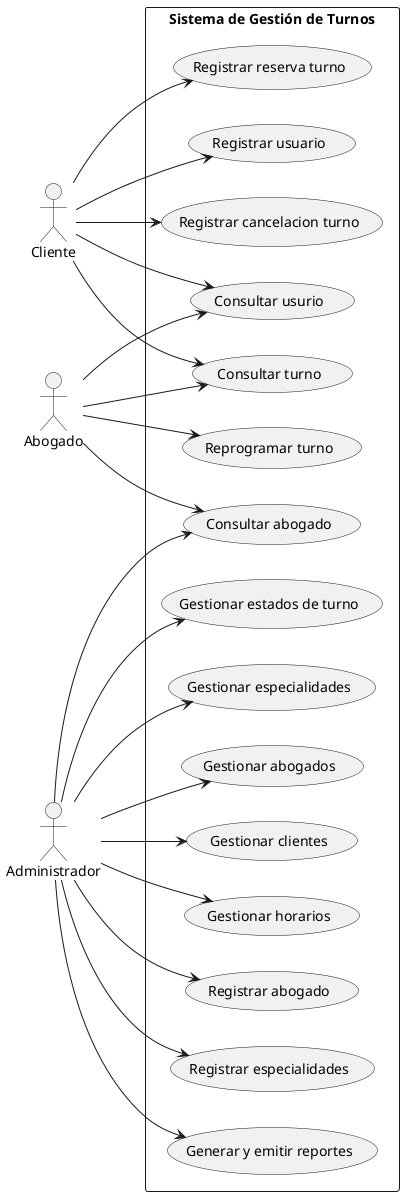
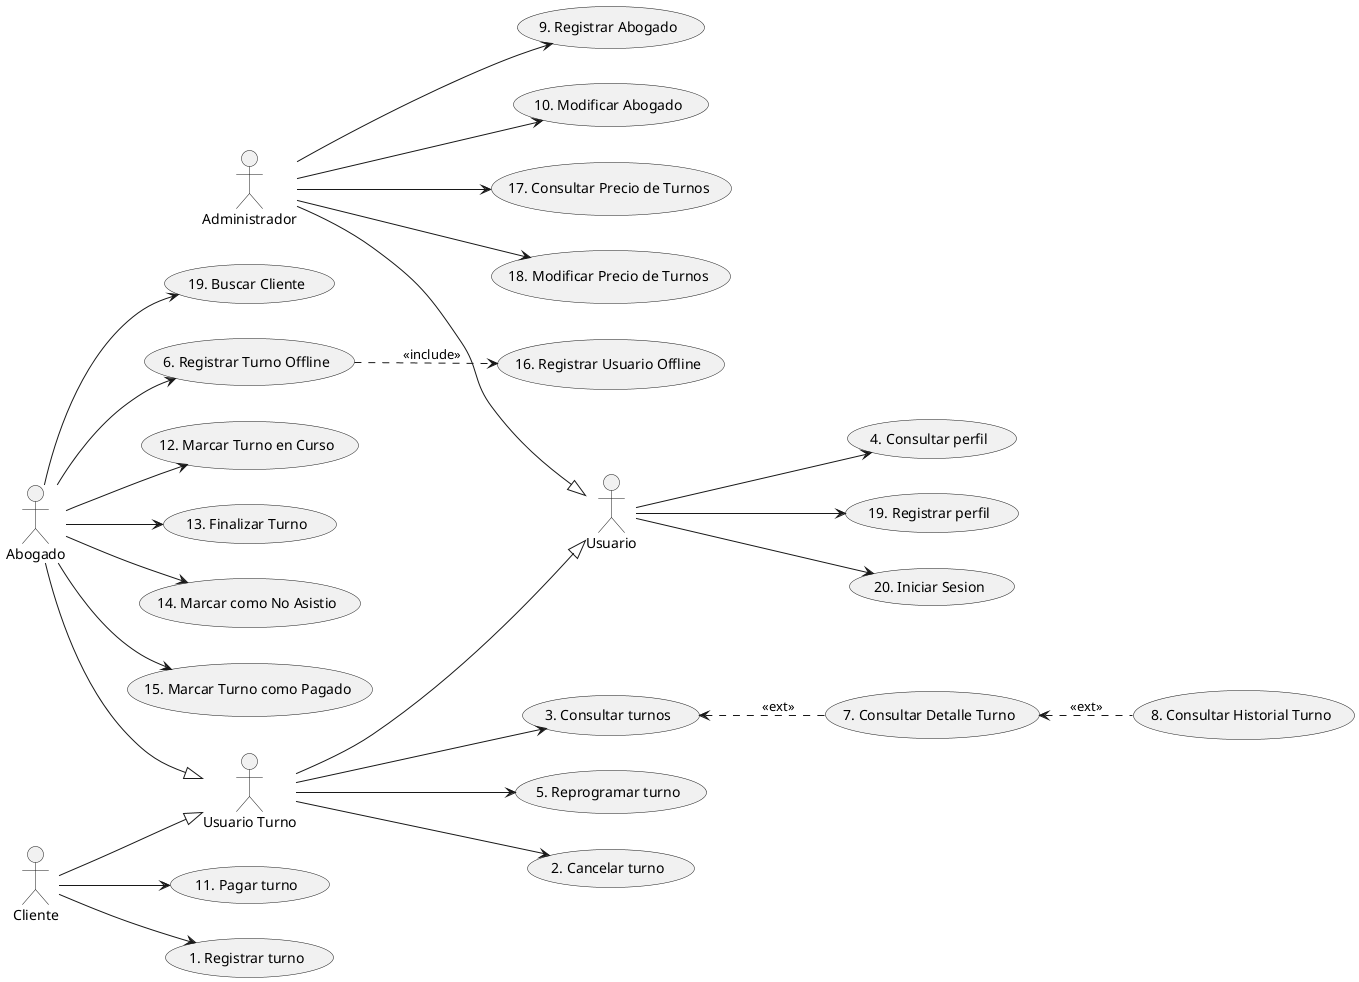
@startuml CasoUsoTurnos

left to right direction
actor Cliente
actor Abogado
+ actor "Usuario Turno" as UT
+ actor Usuario
actor "Administrador" as Admin

- rectangle "Sistema de Gestión de Turnos" {

-   (Registrar reserva turno) as reservar
-   (Registrar usuario) as registrar
-   (Registrar cancelacion turno) as cancelar
-   (Consultar turno) as consultar
-   (Gestionar estados de turno) as estados
-   (Gestionar especialidades) as especialidad
-   (Gestionar abogados) as gestAbogado
-   (Gestionar clientes) as gestCliente
-   (Gestionar horarios) as gestHorarios
-   (Reprogramar turno) as repro
-   (Consultar usurio) as consultarUsuario
-   (Generar y emitir reportes) as reportes
-   (Registrar abogado) as registrarAbogado
-   (Consultar abogado) as consultarAbogado
-   (Registrar especialidades) as registrarEspecialidad
- }
+ Cliente --> (1. Registrar turno)

- Cliente --> reservar
- Cliente --> registrar
- Cliente --> cancelar
- Cliente --> consultar
- Cliente --> consultarUsuario
+ Cliente --> (11. Pagar turno)
+ Cliente --|> UT

- Abogado --> consultar
- Abogado --> repro
- Abogado --> consultarUsuario
- Abogado --> consultarAbogado
+ Usuario --> (4. Consultar perfil)
+ Usuario --> (19. Registrar perfil)
+ Usuario --> (20. Iniciar Sesion)
+ UT --|> Usuario
+ UT --> (2. Cancelar turno)
+ UT --> (3. Consultar turnos)
+ UT --> (5. Reprogramar turno)

+ (3. Consultar turnos) <.. (7. Consultar Detalle Turno): <<ext>>
+ (7. Consultar Detalle Turno) <.. (8. Consultar Historial Turno): <<ext>>

- Admin --> gestAbogado
- Admin --> gestCliente
- Admin --> especialidad
- Admin --> estados
- Admin --> gestHorarios
- Admin --> reportes
- Admin --> registrarAbogado
- Admin --> consultarAbogado
- Admin --> registrarEspecialidad
+ Abogado --|> UT
+ Abogado --> (6. Registrar Turno Offline)
+ (6. Registrar Turno Offline) ..> (16. Registrar Usuario Offline): <<include>>
+ Abogado --> (12. Marcar Turno en Curso)
+ Abogado --> (13. Finalizar Turno)
+ Abogado --> (14. Marcar como No Asistio)
+ Abogado --> (15. Marcar Turno como Pagado)
+ Abogado --> (19. Buscar Cliente)
+ 
+ Admin --|> Usuario
+ Admin --> (9. Registrar Abogado)
+ Admin --> (10. Modificar Abogado)
+ Admin --> (17. Consultar Precio de Turnos)
+ Admin --> (18. Modificar Precio de Turnos)


@enduml
